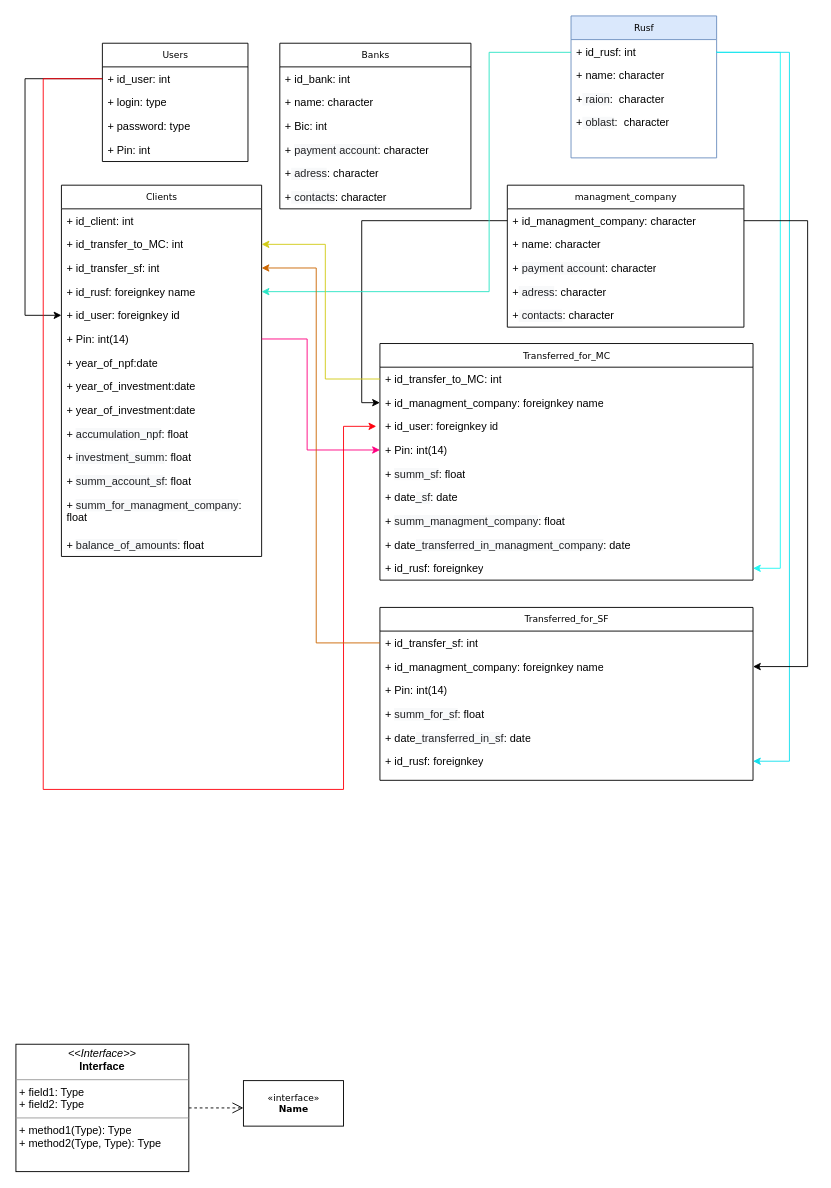
doctor-aman/npf keeps this draw.io diagram as npf.drawio. Above is the earlier version. Source tidied: cells renumbered, new cells numbered last; positions are measured from the earlier drawing's top-left corner, leaving out a move shared by most shapes. Both pictures are drawn from the tidied source at 91%, with x=0, y=0 at pixel (15, 15).
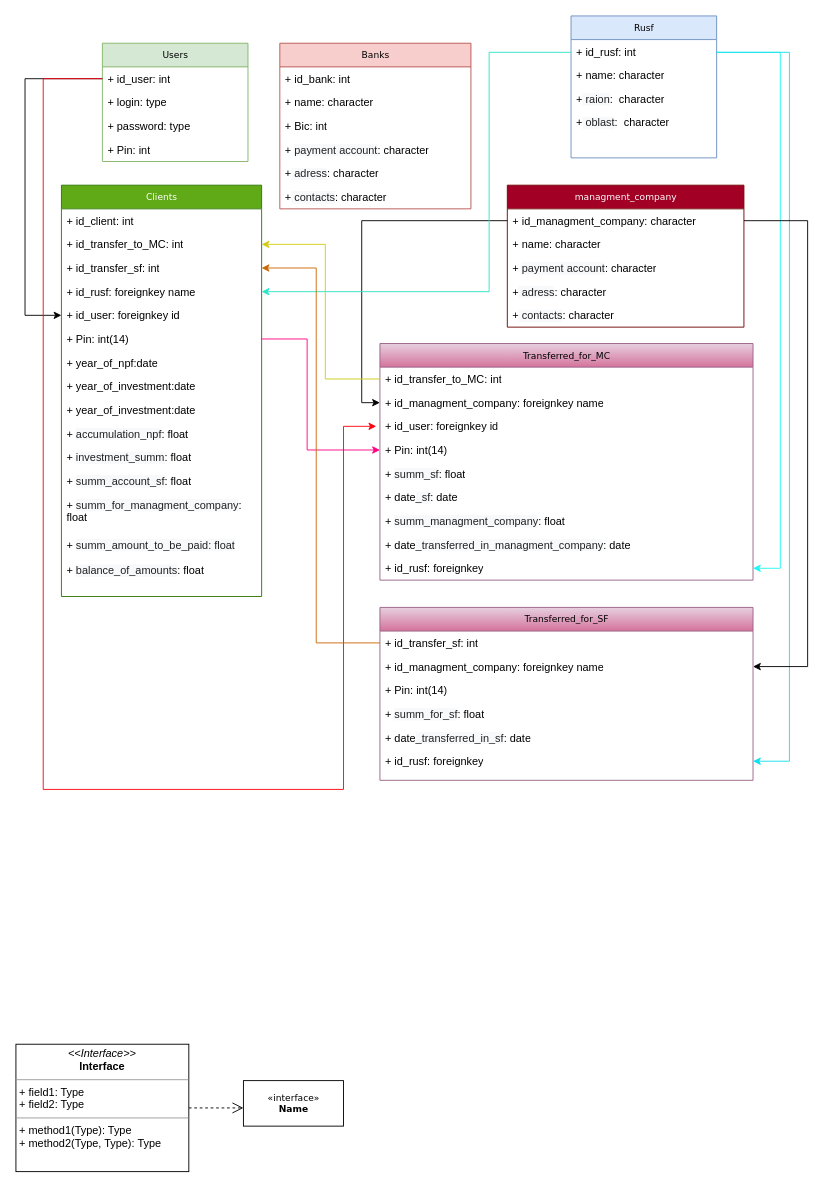
The same page after the edit.

The edit, as a diff of the source:
```diff
@@
-    <mxCell id="2" value="Users" style="swimlane;html=1;fontStyle=0;horizontal=1;startSize=26;fillColor=none;swimlaneFillColor=#ffffff;rounded=0;shadow=0;comic=0;labelBackgroundColor=none;strokeWidth=1;fontFamily=Verdana;fontSize=10;align=center;" parent="1" vertex="1">
+    <mxCell id="2" value="Users" style="swimlane;html=1;fontStyle=0;horizontal=1;startSize=26;fillColor=#d5e8d4;swimlaneFillColor=#ffffff;rounded=0;shadow=0;comic=0;labelBackgroundColor=none;strokeWidth=1;fontFamily=Verdana;fontSize=10;align=center;strokeColor=#82b366;" parent="1" vertex="1">
       <mxGeometry x="95" y="30" width="160" height="130" as="geometry" />
     </mxCell>
@@
-    <mxCell id="7" value="Banks" style="swimlane;html=1;fontStyle=0;horizontal=1;startSize=26;fillColor=none;swimlaneFillColor=#ffffff;rounded=0;shadow=0;comic=0;labelBackgroundColor=none;strokeWidth=1;fontFamily=Verdana;fontSize=10;align=center;" parent="1" vertex="1">
+    <mxCell id="7" value="Banks" style="swimlane;html=1;fontStyle=0;horizontal=1;startSize=26;fillColor=#f8cecc;swimlaneFillColor=#ffffff;rounded=0;shadow=0;comic=0;labelBackgroundColor=none;strokeWidth=1;fontFamily=Verdana;fontSize=10;align=center;strokeColor=#b85450;" parent="1" vertex="1">
       <mxGeometry x="290" y="30" width="210" height="182" as="geometry" />
     </mxCell>
@@
-    <mxCell id="22" value="Clients" style="swimlane;html=1;fontStyle=0;horizontal=1;startSize=26;fillColor=none;swimlaneFillColor=#ffffff;rounded=0;shadow=0;comic=0;labelBackgroundColor=none;strokeWidth=1;fontFamily=Verdana;fontSize=10;align=center;" parent="1" vertex="1">
-      <mxGeometry x="50" y="186" width="220" height="408" as="geometry" />
+    <mxCell id="22" value="Clients" style="swimlane;html=1;fontStyle=0;horizontal=1;startSize=26;fillColor=#60a917;swimlaneFillColor=#ffffff;rounded=0;shadow=0;comic=0;labelBackgroundColor=none;strokeWidth=1;fontFamily=Verdana;fontSize=10;align=center;fontColor=#ffffff;strokeColor=#2D7600;" parent="1" vertex="1">
+      <mxGeometry x="50" y="186" width="220" height="452" as="geometry" />
     </mxCell>
@@
+    <mxCell id="70" value="+ &lt;font style=&quot;font-size: 12px;&quot;&gt;&lt;font style=&quot;font-size: 12px;&quot; color=&quot;#202124&quot;&gt;&lt;span style=&quot;background-color: rgb(248, 249, 250);&quot;&gt;summ_&lt;/span&gt;&lt;/font&gt;&lt;span style=&quot;background-color: rgb(248, 249, 250); color: rgb(32, 33, 36); font-family: inherit;&quot;&gt;amount_to_be_paid: float&lt;/span&gt;&lt;/font&gt;" style="text;html=1;strokeColor=none;fillColor=none;align=left;verticalAlign=top;spacingLeft=4;spacingRight=4;whiteSpace=wrap;overflow=hidden;" parent="22" vertex="1">
+      <mxGeometry y="382" width="220" height="28" as="geometry" />
+    </mxCell>
     <mxCell id="36" value="+&amp;nbsp;&lt;span style=&quot;background-color: rgb(248, 249, 250); color: rgb(32, 33, 36); font-family: inherit;&quot;&gt;&lt;font style=&quot;font-size: 12px;&quot;&gt;balance_of_amounts&lt;/font&gt;&lt;/span&gt;&lt;span style=&quot;background-color: initial;&quot;&gt;: float&lt;/span&gt;" style="text;html=1;strokeColor=none;fillColor=none;align=left;verticalAlign=top;spacingLeft=4;spacingRight=4;whiteSpace=wrap;overflow=hidden;" parent="22" vertex="1">
-      <mxGeometry y="382" width="220" height="26" as="geometry" />
+      <mxGeometry y="410" width="220" height="26" as="geometry" />
     </mxCell>
-    <mxCell id="37" value="managment_company" style="swimlane;html=1;fontStyle=0;horizontal=1;startSize=26;fillColor=none;swimlaneFillColor=#ffffff;rounded=0;shadow=0;comic=0;labelBackgroundColor=none;strokeWidth=1;fontFamily=Verdana;fontSize=10;align=center;" parent="1" vertex="1">
+    <mxCell id="37" value="managment_company" style="swimlane;html=1;fontStyle=0;horizontal=1;startSize=26;fillColor=#a20025;swimlaneFillColor=#ffffff;rounded=0;shadow=0;comic=0;labelBackgroundColor=none;strokeWidth=1;fontFamily=Verdana;fontSize=10;align=center;fontColor=#ffffff;strokeColor=#6F0000;" parent="1" vertex="1">
       <mxGeometry x="540" y="186" width="260" height="156" as="geometry" />
     </mxCell>
@@
-    <mxCell id="43" value="Transferred_for_MC" style="swimlane;html=1;fontStyle=0;horizontal=1;startSize=26;fillColor=none;swimlaneFillColor=#ffffff;rounded=0;shadow=0;comic=0;labelBackgroundColor=none;strokeWidth=1;fontFamily=Verdana;fontSize=10;align=center;" parent="1" vertex="1">
+    <mxCell id="43" value="Transferred_for_MC" style="swimlane;html=1;fontStyle=0;horizontal=1;startSize=26;fillColor=#e6d0de;swimlaneFillColor=#ffffff;rounded=0;shadow=0;comic=0;labelBackgroundColor=none;strokeWidth=1;fontFamily=Verdana;fontSize=10;align=center;gradientColor=#d5739d;strokeColor=#996185;" parent="1" vertex="1">
       <mxGeometry x="400" y="360" width="410" height="260" as="geometry" />
     </mxCell>
@@
-    <mxCell id="59" value="Transferred_for_SF" style="swimlane;html=1;fontStyle=0;horizontal=1;startSize=26;fillColor=none;swimlaneFillColor=#ffffff;rounded=0;shadow=0;comic=0;labelBackgroundColor=none;strokeWidth=1;fontFamily=Verdana;fontSize=10;align=center;" parent="1" vertex="1">
+    <mxCell id="59" value="Transferred_for_SF" style="swimlane;html=1;fontStyle=0;horizontal=1;startSize=26;fillColor=#e6d0de;swimlaneFillColor=#ffffff;rounded=0;shadow=0;comic=0;labelBackgroundColor=none;strokeWidth=1;fontFamily=Verdana;fontSize=10;align=center;gradientColor=#d5739d;strokeColor=#996185;" parent="1" vertex="1">
       <mxGeometry x="400" y="650" width="410" height="190" as="geometry" />
     </mxCell>
```
